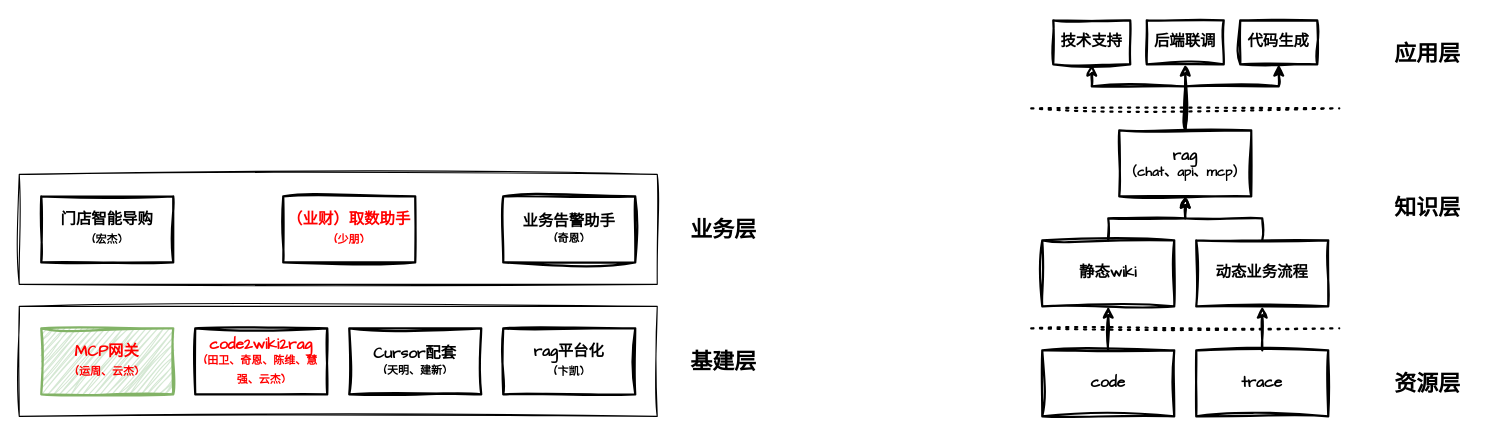
Before: tc/AI.drawio in zhuanzhuan-tech/arch-draw-io, a draw.io diagram. Source tidied: cells renumbered, new cells numbered last; positions are measured from the earlier drawing's top-left corner, leaving out a move shared by most shapes. Both pictures are drawn from the tidied source at 110%, with x=0, y=0 at pixel (19, 20).
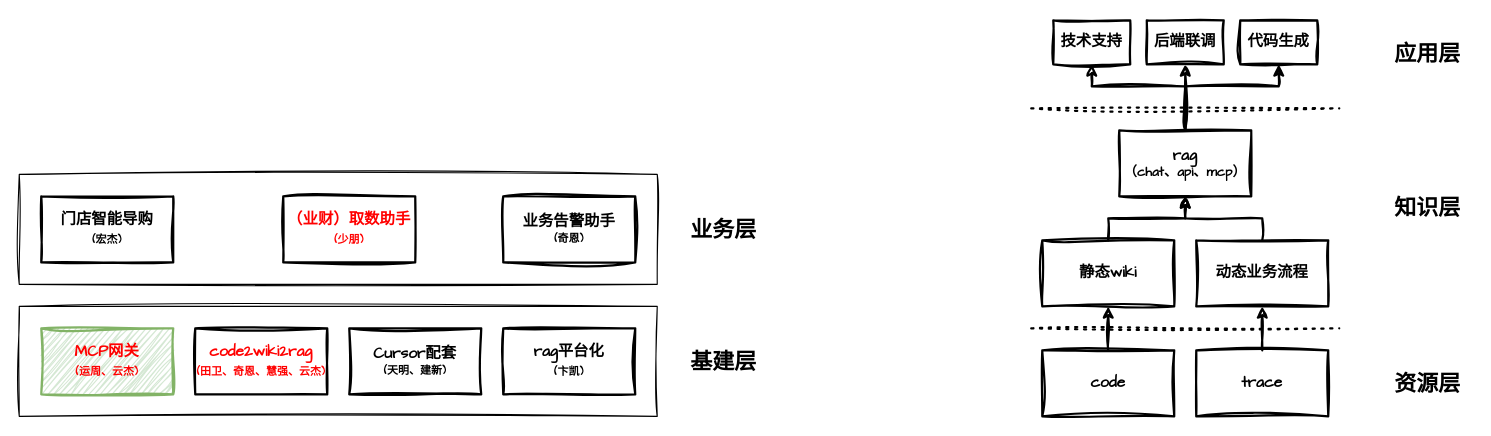
Above is the later version.

The edit, as a diff of the source:
```diff
@@
-    <mxCell id="4" value="&lt;b&gt;&lt;font style=&quot;font-size: 14px; color: rgb(255, 0, 0);&quot;&gt;code2wiki2rag&lt;/font&gt;&lt;/b&gt;&lt;div&gt;&lt;b&gt;&lt;font style=&quot;font-size: 10px; color: rgb(255, 0, 0);&quot;&gt;(田卫、奇恩、陈维、慧强、云杰)&lt;/font&gt;&lt;/b&gt;&lt;b&gt;&lt;font style=&quot;font-size: 14px;&quot;&gt;&lt;/font&gt;&lt;/b&gt;&lt;/div&gt;" style="rounded=0;whiteSpace=wrap;html=1;sketch=1;hachureGap=4;jiggle=2;curveFitting=1;fontFamily=Architects Daughter;strokeWidth=2;" parent="1" vertex="1">
+    <mxCell id="4" value="&lt;b&gt;&lt;font style=&quot;font-size: 14px; color: rgb(255, 0, 0);&quot;&gt;code2wiki2rag&lt;/font&gt;&lt;/b&gt;&lt;div&gt;&lt;b&gt;&lt;font style=&quot;font-size: 10px; color: rgb(255, 0, 0);&quot;&gt;(田卫、奇恩、慧强、云杰)&lt;/font&gt;&lt;/b&gt;&lt;b&gt;&lt;font style=&quot;font-size: 14px;&quot;&gt;&lt;/font&gt;&lt;/b&gt;&lt;/div&gt;" style="rounded=0;whiteSpace=wrap;html=1;sketch=1;hachureGap=4;jiggle=2;curveFitting=1;fontFamily=Architects Daughter;strokeWidth=2;" parent="1" vertex="1">
       <mxGeometry x="160" y="280" width="120" height="60" as="geometry" />
     </mxCell>
```
